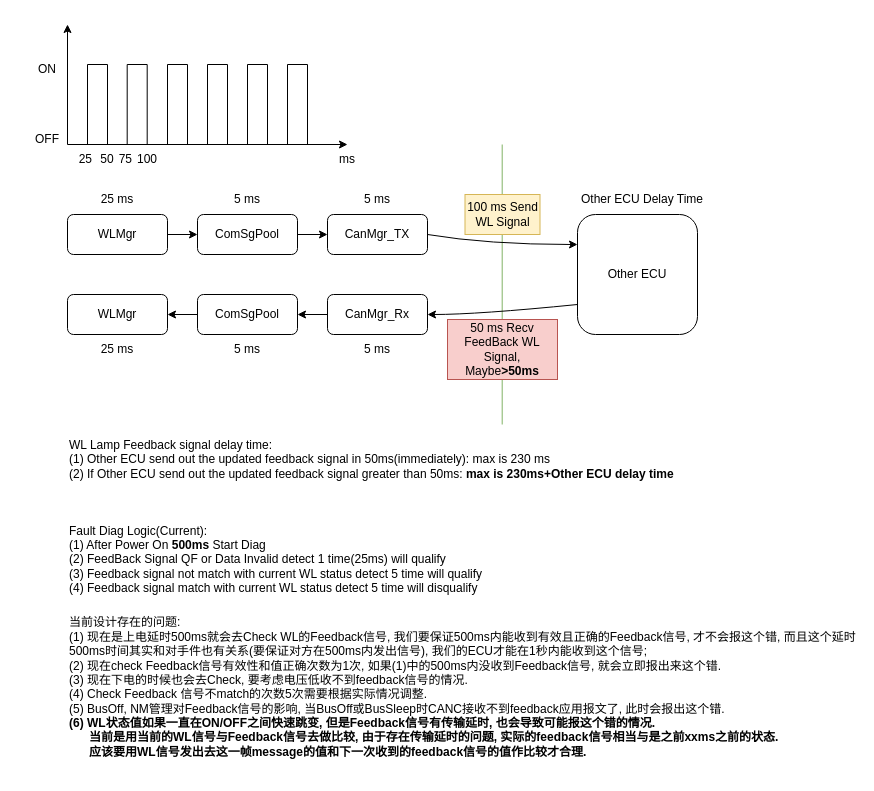
The draw.io diagram wl_feedback.drawio in woshitanwang/pics_procdure, before the edit. Source tidied: cells renumbered, new cells numbered last; positions are measured from the earlier drawing's top-left corner, leaving out a move shared by most shapes. Both pictures are drawn from the tidied source at 100%, with x=0, y=0 at pixel (17, 24).
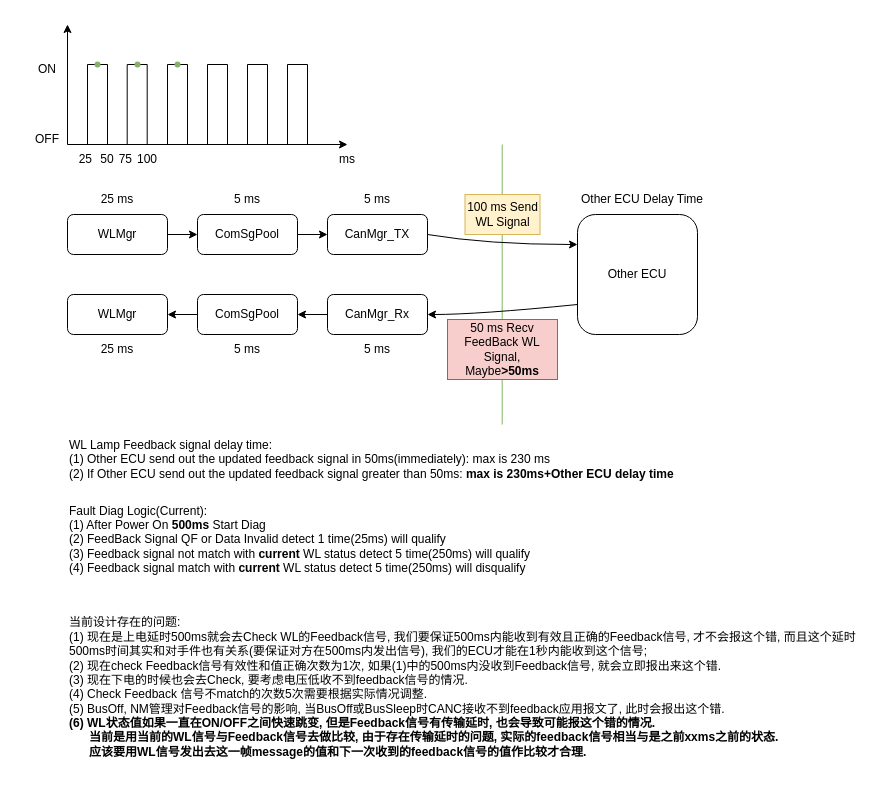
After the change.

Change to the diagram source:
```diff
@@
-    <mxCell id="26" value="Fault Diag Logic(Current):&lt;br&gt;(1) After Power On &lt;b&gt;500ms &lt;/b&gt;Start Diag&lt;br&gt;(2) FeedBack Signal QF or Data Invalid detect 1 time(25ms) will qualify&lt;br&gt;(3) Feedback signal not match with current WL status detect 5 time will qualify&lt;br&gt;(4) Feedback signal match with current WL status detect 5 time will disqualify" style="text;html=1;strokeColor=none;fillColor=none;align=left;verticalAlign=middle;whiteSpace=wrap;rounded=0;" parent="1" vertex="1">
-      <mxGeometry x="50" y="490" width="440" height="90" as="geometry" />
+    <mxCell id="26" value="Fault Diag Logic(Current):&lt;br&gt;(1) After Power On &lt;b&gt;500ms &lt;/b&gt;Start Diag&lt;br&gt;(2) FeedBack Signal QF or Data Invalid detect 1 time(25ms) will qualify&lt;br&gt;(3) Feedback signal not match with &lt;b&gt;current &lt;/b&gt;WL status detect 5 time(250ms) will qualify&lt;br&gt;(4) Feedback signal match with &lt;b&gt;current &lt;/b&gt;WL status detect 5 time(250ms)&amp;nbsp;will disqualify" style="text;html=1;strokeColor=none;fillColor=none;align=left;verticalAlign=middle;whiteSpace=wrap;rounded=0;" parent="1" vertex="1">
+      <mxGeometry x="50" y="470" width="660" height="90" as="geometry" />
     </mxCell>
@@
-    <mxCell id="32" style="endArrow=none;html=1;rounded=0;" parent="1" edge="1">
+    <mxCell id="32" style="endArrow=none;html=1;rounded=0;" parent="1" edge="1" source="57">
       <mxGeometry relative="1" as="geometry">
-        <mxPoint x="109.7" y="40" as="sourcePoint" />
         <mxPoint x="129.7" y="40" as="targetPoint" />
       </mxGeometry>
     </mxCell>
@@
-    <mxCell id="35" style="endArrow=none;html=1;rounded=0;" parent="1" edge="1">
+    <mxCell id="35" style="endArrow=none;html=1;rounded=0;" parent="1" edge="1" source="59">
       <mxGeometry relative="1" as="geometry">
-        <mxPoint x="150" y="40" as="sourcePoint" />
         <mxPoint x="170" y="40" as="targetPoint" />
       </mxGeometry>
     </mxCell>
@@
+    <mxCell id="55" style="shape=waypoint;sketch=0;fillStyle=solid;size=6;fillColor=#d5e8d4;perimeter=centerPerimeter;strokeColor=#82b366;" parent="1" vertex="1">
+      <mxGeometry x="70" y="30" width="20" height="20" as="geometry" />
+    </mxCell>
+    <mxCell id="56" style="endArrow=none;html=1;rounded=0;" parent="1" edge="1" target="57">
+      <mxGeometry relative="1" as="geometry">
+        <mxPoint x="109.7" y="40" as="sourcePoint" />
+      </mxGeometry>
+    </mxCell>
+    <mxCell id="57" style="shape=waypoint;sketch=0;fillStyle=solid;size=6;points=[];fillColor=#d5e8d4;perimeter=centerPerimeter;snapToPoint=1;strokeColor=#82b366;" parent="1" vertex="1">
+      <mxGeometry x="110" y="30" width="20" height="20" as="geometry" />
+    </mxCell>
+    <mxCell id="58" style="endArrow=none;html=1;rounded=0;" parent="1" edge="1" target="59">
+      <mxGeometry relative="1" as="geometry">
+        <mxPoint x="150" y="40" as="sourcePoint" />
+      </mxGeometry>
+    </mxCell>
+    <mxCell id="59" style="shape=waypoint;sketch=0;fillStyle=solid;size=6;points=[];fillColor=#d5e8d4;perimeter=centerPerimeter;snapToPoint=1;strokeColor=#82b366;" parent="1" vertex="1">
+      <mxGeometry x="150" y="30" width="20" height="20" as="geometry" />
+    </mxCell>
```
